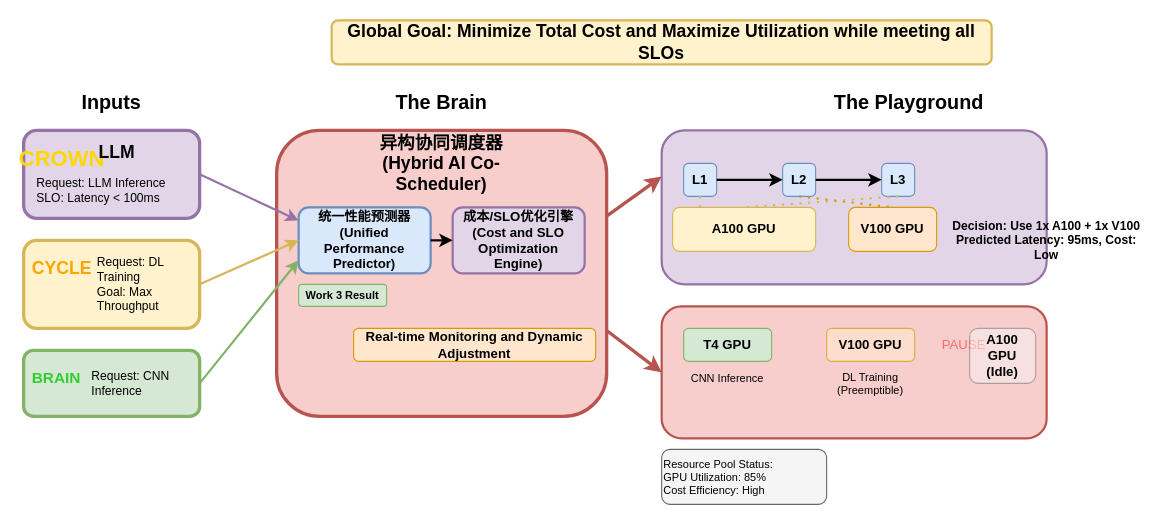
Earlier version of the draw.io diagram drawio_figs/buaa_proposal/研究技术路线1.4.drawio (Jinghao-coding/paperstudy). Source tidied: cells renumbered, new cells numbered last; positions are measured from the earlier drawing's top-left corner, leaving out a move shared by most shapes. Both pictures are drawn from the tidied source at 110%, with x=0, y=0 at pixel (23, 20).
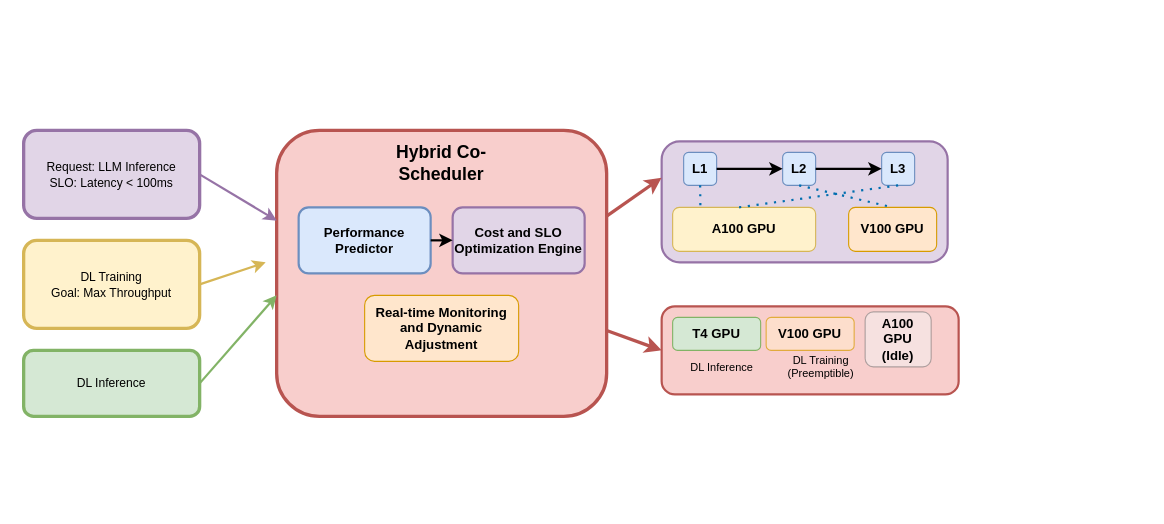
The same diagram, later.

Commit message (it also covers changes not shown here):
更新研究技术路线1.4.drawio

The change refers to these unchanged cells:
```xml
<mxCell id="30" value="A100 GPU" style="rounded=1;whiteSpace=wrap;html=1;fillColor=#fff2cc;strokeColor=#d6b656;fontSize=12;fontStyle=1;" parent="1" vertex="1">
  <mxGeometry x="590" y="170" width="130" height="40" as="geometry" />
</mxCell>
<mxCell id="31" value="V100 GPU" style="rounded=1;whiteSpace=wrap;html=1;fillColor=#ffe6cc;strokeColor=#d79b00;fontSize=12;fontStyle=1;" parent="1" vertex="1">
  <mxGeometry x="750" y="170" width="80" height="40" as="geometry" />
</mxCell>
```

The edit, as a diff of the source:
```diff
@@
-    <mxCell id="2" value="Global Goal: Minimize Total Cost and Maximize Utilization while meeting all SLOs" style="text;html=1;strokeColor=#d6b656;fillColor=#fff2cc;align=center;verticalAlign=middle;whiteSpace=wrap;rounded=1;fontSize=16;fontStyle=1;strokeWidth=2;" parent="1" vertex="1">
-      <mxGeometry x="280" width="600" height="40" as="geometry" />
-    </mxCell>
-    <mxCell id="3" value="Inputs" style="text;html=1;strokeColor=none;fillColor=none;align=center;verticalAlign=middle;whiteSpace=wrap;rounded=0;fontSize=18;fontStyle=1;" parent="1" vertex="1">
-      <mxGeometry x="30" y="60" width="100" height="30" as="geometry" />
-    </mxCell>
-    <mxCell id="4" style="rounded=1;whiteSpace=wrap;html=1;fillColor=#e1d5e7;strokeColor=#9673a6;strokeWidth=3;" parent="1" vertex="1">
+    <mxCell id="4" value="&lt;span style=&quot;font-size: 11px; text-align: left;&quot;&gt;Request: LLM Inference&lt;/span&gt;&lt;br style=&quot;font-size: 11px; text-align: left;&quot;&gt;&lt;span style=&quot;font-size: 11px; text-align: left;&quot;&gt;SLO: Latency &amp;lt; 100ms&lt;/span&gt;" style="rounded=1;whiteSpace=wrap;html=1;fillColor=#e1d5e7;strokeColor=#9673a6;strokeWidth=3;" parent="1" vertex="1">
       <mxGeometry y="100" width="160" height="80" as="geometry" />
     </mxCell>
-    <mxCell id="5" value="CROWN" style="text;html=1;strokeColor=none;fillColor=none;align=center;verticalAlign=middle;whiteSpace=wrap;rounded=0;fontSize=20;fontStyle=1;fontColor=#FFD700;" parent="1" vertex="1">
-      <mxGeometry x="10" y="110" width="50" height="30" as="geometry" />
-    </mxCell>
-    <mxCell id="6" value="LLM" style="text;html=1;strokeColor=none;fillColor=none;align=center;verticalAlign=middle;whiteSpace=wrap;rounded=0;fontSize=16;fontStyle=1;" parent="1" vertex="1">
-      <mxGeometry x="65" y="110" width="40" height="20" as="geometry" />
-    </mxCell>
-    <mxCell id="7" value="Request: LLM Inference&#10;SLO: Latency &lt; 100ms" style="text;html=1;strokeColor=none;fillColor=none;align=left;verticalAlign=middle;whiteSpace=wrap;rounded=0;fontSize=11;" parent="1" vertex="1">
-      <mxGeometry x="10" y="140" width="140" height="30" as="geometry" />
-    </mxCell>
-    <mxCell id="8" style="rounded=1;whiteSpace=wrap;html=1;fillColor=#fff2cc;strokeColor=#d6b656;strokeWidth=3;" parent="1" vertex="1">
+    <mxCell id="8" value="&lt;span style=&quot;font-size: 11px; text-align: left;&quot;&gt;DL Training&lt;/span&gt;&lt;br style=&quot;font-size: 11px; text-align: left;&quot;&gt;&lt;span style=&quot;font-size: 11px; text-align: left;&quot;&gt;Goal: Max Throughput&lt;/span&gt;" style="rounded=1;whiteSpace=wrap;html=1;fillColor=#fff2cc;strokeColor=#d6b656;strokeWidth=3;" parent="1" vertex="1">
       <mxGeometry y="200" width="160" height="80" as="geometry" />
     </mxCell>
-    <mxCell id="9" value="CYCLE" style="text;html=1;strokeColor=none;fillColor=none;align=center;verticalAlign=middle;whiteSpace=wrap;rounded=0;fontSize=16;fontStyle=1;fontColor=#FFA500;" parent="1" vertex="1">
-      <mxGeometry x="10" y="210" width="50" height="30" as="geometry" />
-    </mxCell>
-    <mxCell id="10" value="Request: DL Training&#10;Goal: Max Throughput" style="text;html=1;strokeColor=none;fillColor=none;align=left;verticalAlign=middle;whiteSpace=wrap;rounded=0;fontSize=11;" parent="1" vertex="1">
-      <mxGeometry x="65" y="225" width="90" height="30" as="geometry" />
-    </mxCell>
-    <mxCell id="11" style="rounded=1;whiteSpace=wrap;html=1;fillColor=#d5e8d4;strokeColor=#82b366;strokeWidth=3;" parent="1" vertex="1">
+    <mxCell id="11" value="&lt;span style=&quot;font-size: 11px; text-align: left;&quot;&gt;DL Inference&lt;/span&gt;" style="rounded=1;whiteSpace=wrap;html=1;fillColor=#d5e8d4;strokeColor=#82b366;strokeWidth=3;" parent="1" vertex="1">
       <mxGeometry y="300" width="160" height="60" as="geometry" />
     </mxCell>
-    <mxCell id="12" value="BRAIN" style="text;html=1;strokeColor=none;fillColor=none;align=center;verticalAlign=middle;whiteSpace=wrap;rounded=0;fontSize=14;fontStyle=1;fontColor=#32CD32;" parent="1" vertex="1">
-      <mxGeometry x="10" y="310" width="40" height="30" as="geometry" />
-    </mxCell>
-    <mxCell id="13" value="Request: CNN Inference" style="text;html=1;strokeColor=none;fillColor=none;align=left;verticalAlign=middle;whiteSpace=wrap;rounded=0;fontSize=11;" parent="1" vertex="1">
-      <mxGeometry x="60" y="320" width="90" height="20" as="geometry" />
-    </mxCell>
-    <mxCell id="14" value="The Brain" style="text;html=1;strokeColor=none;fillColor=none;align=center;verticalAlign=middle;whiteSpace=wrap;rounded=0;fontSize=18;fontStyle=1;" parent="1" vertex="1">
-      <mxGeometry x="330" y="60" width="100" height="30" as="geometry" />
-    </mxCell>
@@
-    <mxCell id="16" value="异构协同调度器&#10;(Hybrid AI Co-Scheduler)" style="text;html=1;strokeColor=none;fillColor=none;align=center;verticalAlign=middle;whiteSpace=wrap;rounded=0;fontSize=16;fontStyle=1;" parent="1" vertex="1">
+    <mxCell id="16" value="Hybrid Co-Scheduler" style="text;html=1;strokeColor=none;fillColor=none;align=center;verticalAlign=middle;whiteSpace=wrap;rounded=0;fontSize=16;fontStyle=1;" parent="1" vertex="1">
       <mxGeometry x="300" y="110" width="160" height="40" as="geometry" />
     </mxCell>
-    <mxCell id="17" value="统一性能预测器&#10;(Unified Performance Predictor)" style="rounded=1;whiteSpace=wrap;html=1;fillColor=#dae8fc;strokeColor=#6c8ebf;strokeWidth=2;fontSize=12;fontStyle=1;" parent="1" vertex="1">
+    <mxCell id="17" value="Performance Predictor" style="rounded=1;whiteSpace=wrap;html=1;fillColor=#dae8fc;strokeColor=#6c8ebf;strokeWidth=2;fontSize=12;fontStyle=1;" parent="1" vertex="1">
       <mxGeometry x="250" y="170" width="120" height="60" as="geometry" />
     </mxCell>
-    <mxCell id="18" value="成本/SLO优化引擎&#10;(Cost and SLO Optimization Engine)" style="rounded=1;whiteSpace=wrap;html=1;fillColor=#e1d5e7;strokeColor=#9673a6;strokeWidth=2;fontSize=12;fontStyle=1;" parent="1" vertex="1">
+    <mxCell id="18" value="Cost and SLO Optimization Engine" style="rounded=1;whiteSpace=wrap;html=1;fillColor=#e1d5e7;strokeColor=#9673a6;strokeWidth=2;fontSize=12;fontStyle=1;" parent="1" vertex="1">
       <mxGeometry x="390" y="170" width="120" height="60" as="geometry" />
     </mxCell>
@@
-    <mxCell id="20" style="endArrow=classic;html=1;rounded=0;exitX=1;exitY=0.5;exitDx=0;exitDy=0;entryX=0;entryY=0.2;entryDx=0;entryDy=0;strokeWidth=2;strokeColor=#9673a6;" parent="1" edge="1" source="4" target="17">
-      <mxGeometry relative="1" as="geometry" />
+    <mxCell id="20" style="endArrow=classic;html=1;rounded=0;exitX=1;exitY=0.5;exitDx=0;exitDy=0;strokeWidth=2;strokeColor=#9673a6;" parent="1" edge="1" source="4">
+      <mxGeometry relative="1" as="geometry">
+        <mxPoint x="230" y="182" as="targetPoint" />
+      </mxGeometry>
     </mxCell>
-    <mxCell id="21" style="endArrow=classic;html=1;rounded=0;exitX=1;exitY=0.5;exitDx=0;exitDy=0;entryX=0;entryY=0.5;entryDx=0;entryDy=0;strokeWidth=2;strokeColor=#d6b656;" parent="1" edge="1" source="8" target="17">
-      <mxGeometry relative="1" as="geometry" />
+    <mxCell id="21" style="endArrow=classic;html=1;rounded=0;exitX=1;exitY=0.5;exitDx=0;exitDy=0;strokeWidth=2;strokeColor=#d6b656;" parent="1" edge="1" source="8">
+      <mxGeometry relative="1" as="geometry">
+        <mxPoint x="220" y="220" as="targetPoint" />
+      </mxGeometry>
     </mxCell>
-    <mxCell id="22" style="endArrow=classic;html=1;rounded=0;exitX=1;exitY=0.5;exitDx=0;exitDy=0;entryX=0;entryY=0.8;entryDx=0;entryDy=0;strokeWidth=2;strokeColor=#82b366;" parent="1" edge="1" source="11" target="17">
-      <mxGeometry relative="1" as="geometry" />
+    <mxCell id="22" style="endArrow=classic;html=1;rounded=0;exitX=1;exitY=0.5;exitDx=0;exitDy=0;strokeWidth=2;strokeColor=#82b366;" parent="1" edge="1" source="11">
+      <mxGeometry relative="1" as="geometry">
+        <mxPoint x="230" y="250" as="targetPoint" />
+      </mxGeometry>
     </mxCell>
-    <mxCell id="23" value="The Playground" style="text;html=1;strokeColor=none;fillColor=none;align=center;verticalAlign=middle;whiteSpace=wrap;rounded=0;fontSize=18;fontStyle=1;" parent="1" vertex="1">
-      <mxGeometry x="730" y="60" width="150" height="30" as="geometry" />
-    </mxCell>
     <mxCell id="24" style="rounded=1;whiteSpace=wrap;html=1;fillColor=#e1d5e7;strokeColor=#9673a6;strokeWidth=2;" parent="1" vertex="1">
-      <mxGeometry x="580" y="100" width="350" height="140" as="geometry" />
+      <mxGeometry x="580" y="110" width="260" height="110" as="geometry" />
     </mxCell>
     <mxCell id="25" value="L1" style="rounded=1;whiteSpace=wrap;html=1;fillColor=#dae8fc;strokeColor=#6c8ebf;fontSize=12;fontStyle=1;" parent="1" vertex="1">
-      <mxGeometry x="600" y="130" width="30" height="30" as="geometry" />
+      <mxGeometry x="600" y="120" width="30" height="30" as="geometry" />
     </mxCell>
     <mxCell id="26" value="L2" style="rounded=1;whiteSpace=wrap;html=1;fillColor=#dae8fc;strokeColor=#6c8ebf;fontSize=12;fontStyle=1;" parent="1" vertex="1">
-      <mxGeometry x="690" y="130" width="30" height="30" as="geometry" />
+      <mxGeometry x="690" y="120" width="30" height="30" as="geometry" />
     </mxCell>
     <mxCell id="27" value="L3" style="rounded=1;whiteSpace=wrap;html=1;fillColor=#dae8fc;strokeColor=#6c8ebf;fontSize=12;fontStyle=1;" parent="1" vertex="1">
-      <mxGeometry x="780" y="130" width="30" height="30" as="geometry" />
+      <mxGeometry x="780" y="120" width="30" height="30" as="geometry" />
     </mxCell>
@@
-    <mxCell id="32" style="endArrow=none;dashed=1;html=1;dashPattern=1 3;strokeWidth=2;strokeColor=#d6b656;" parent="1" edge="1">
+    <mxCell id="32" style="endArrow=none;dashed=1;html=1;dashPattern=1 3;strokeWidth=2;strokeColor=#006EAF;entryX=0.194;entryY=0.005;entryDx=0;entryDy=0;entryPerimeter=0;fillColor=#1ba1e2;" parent="1" edge="1" target="30">
       <mxGeometry relative="1" as="geometry">
-        <mxPoint x="615" y="160" as="sourcePoint" />
-        <mxPoint x="615" y="170" as="targetPoint" />
+        <mxPoint x="615" y="150" as="sourcePoint" />
       </mxGeometry>
     </mxCell>
-    <mxCell id="33" style="endArrow=none;dashed=1;html=1;dashPattern=1 3;strokeWidth=2;strokeColor=#d6b656;" parent="1" edge="1">
+    <mxCell id="33" style="endArrow=none;dashed=1;html=1;dashPattern=1 3;strokeWidth=2;strokeColor=#006EAF;entryX=0.462;entryY=0;entryDx=0;entryDy=0;entryPerimeter=0;fillColor=#1ba1e2;" parent="1" edge="1" target="30">
       <mxGeometry relative="1" as="geometry">
-        <mxPoint x="795" y="160" as="sourcePoint" />
-        <mxPoint x="655" y="170" as="targetPoint" />
+        <mxPoint x="795" y="150" as="sourcePoint" />
       </mxGeometry>
     </mxCell>
-    <mxCell id="34" style="endArrow=none;dashed=1;html=1;dashPattern=1 3;strokeWidth=2;strokeColor=#d79b00;" parent="1" edge="1">
+    <mxCell id="34" style="endArrow=none;dashed=1;html=1;dashPattern=1 3;strokeWidth=2;strokeColor=#006EAF;entryX=0.5;entryY=0;entryDx=0;entryDy=0;fillColor=#1ba1e2;" parent="1" edge="1" target="31">
       <mxGeometry relative="1" as="geometry">
-        <mxPoint x="705" y="160" as="sourcePoint" />
-        <mxPoint x="790" y="170" as="targetPoint" />
+        <mxPoint x="705" y="150" as="sourcePoint" />
       </mxGeometry>
     </mxCell>
-    <mxCell id="35" value="Decision: Use 1x A100 + 1x V100&#10;Predicted Latency: 95ms, Cost: Low" style="text;html=1;strokeColor=none;fillColor=none;align=center;verticalAlign=middle;whiteSpace=wrap;rounded=0;fontSize=11;fontStyle=1;" parent="1" vertex="1">
-      <mxGeometry x="840" y="180" width="180" height="40" as="geometry" />
-    </mxCell>
     <mxCell id="36" style="rounded=1;whiteSpace=wrap;html=1;fillColor=#f8cecc;strokeColor=#b85450;strokeWidth=2;" parent="1" vertex="1">
-      <mxGeometry x="580" y="260" width="350" height="120" as="geometry" />
+      <mxGeometry x="580" y="260" width="270" height="80" as="geometry" />
     </mxCell>
     <mxCell id="37" value="T4 GPU" style="rounded=1;whiteSpace=wrap;html=1;fillColor=#d5e8d4;strokeColor=#82b366;fontSize=12;fontStyle=1;" parent="1" vertex="1">
-      <mxGeometry x="600" y="280" width="80" height="30" as="geometry" />
+      <mxGeometry x="590" y="270" width="80" height="30" as="geometry" />
     </mxCell>
-    <mxCell id="38" value="CNN Inference" style="text;html=1;strokeColor=none;fillColor=none;align=center;verticalAlign=middle;whiteSpace=wrap;rounded=0;fontSize=10;" parent="1" vertex="1">
-      <mxGeometry x="605" y="315" width="70" height="20" as="geometry" />
+    <mxCell id="38" value="DL Inference" style="text;html=1;strokeColor=none;fillColor=none;align=center;verticalAlign=middle;whiteSpace=wrap;rounded=0;fontSize=10;" parent="1" vertex="1">
+      <mxGeometry x="600" y="305" width="70" height="20" as="geometry" />
     </mxCell>
     <mxCell id="39" value="V100 GPU" style="rounded=1;whiteSpace=wrap;html=1;fillColor=#ffe6cc;strokeColor=#d79b00;fontSize=12;fontStyle=1;opacity=70;" parent="1" vertex="1">
-      <mxGeometry x="730" y="280" width="80" height="30" as="geometry" />
+      <mxGeometry x="675" y="270" width="80" height="30" as="geometry" />
     </mxCell>
     <mxCell id="40" value="DL Training&#10;(Preemptible)" style="text;html=1;strokeColor=none;fillColor=none;align=center;verticalAlign=middle;whiteSpace=wrap;rounded=0;fontSize=10;opacity=70;" parent="1" vertex="1">
-      <mxGeometry x="730" y="315" width="80" height="30" as="geometry" />
+      <mxGeometry x="685" y="300" width="80" height="30" as="geometry" />
     </mxCell>
-    <mxCell id="41" value="PAUSE" style="text;html=1;strokeColor=none;fillColor=none;align=center;verticalAlign=middle;whiteSpace=wrap;rounded=0;fontSize=12;fontColor=#FF6B6B;" parent="1" vertex="1">
-      <mxGeometry x="835" y="285" width="40" height="20" as="geometry" />
-    </mxCell>
     <mxCell id="42" value="A100 GPU&#10;(Idle)" style="rounded=1;whiteSpace=wrap;html=1;fillColor=#f5f5f5;strokeColor=#666666;fontSize=12;fontStyle=1;opacity=50;" parent="1" vertex="1">
-      <mxGeometry x="860" y="280" width="60" height="50" as="geometry" />
+      <mxGeometry x="765" y="265" width="60" height="50" as="geometry" />
     </mxCell>
@@
-    <mxCell id="45" value="Work 3 Result" style="text;html=1;strokeColor=#82b366;fillColor=#d5e8d4;align=center;verticalAlign=middle;whiteSpace=wrap;rounded=1;fontSize=10;fontStyle=1;" parent="1" vertex="1">
-      <mxGeometry x="250" y="240" width="80" height="20" as="geometry" />
-    </mxCell>
-    <mxCell id="46" value="Resource Pool Status:&#10;GPU Utilization: 85%&#10;Cost Efficiency: High" style="text;html=1;strokeColor=#666666;fillColor=#f5f5f5;align=left;verticalAlign=middle;whiteSpace=wrap;rounded=1;fontSize=10;" parent="1" vertex="1">
-      <mxGeometry x="580" y="390" width="150" height="50" as="geometry" />
-    </mxCell>
     <mxCell id="47" value="Real-time Monitoring and Dynamic Adjustment" style="text;html=1;strokeColor=#d79b00;fillColor=#ffe6cc;align=center;verticalAlign=middle;whiteSpace=wrap;rounded=1;fontSize=12;fontStyle=1;" parent="1" vertex="1">
-      <mxGeometry x="300" y="280" width="220" height="30" as="geometry" />
+      <mxGeometry x="310" y="250" width="140" height="60" as="geometry" />
     </mxCell>
```
